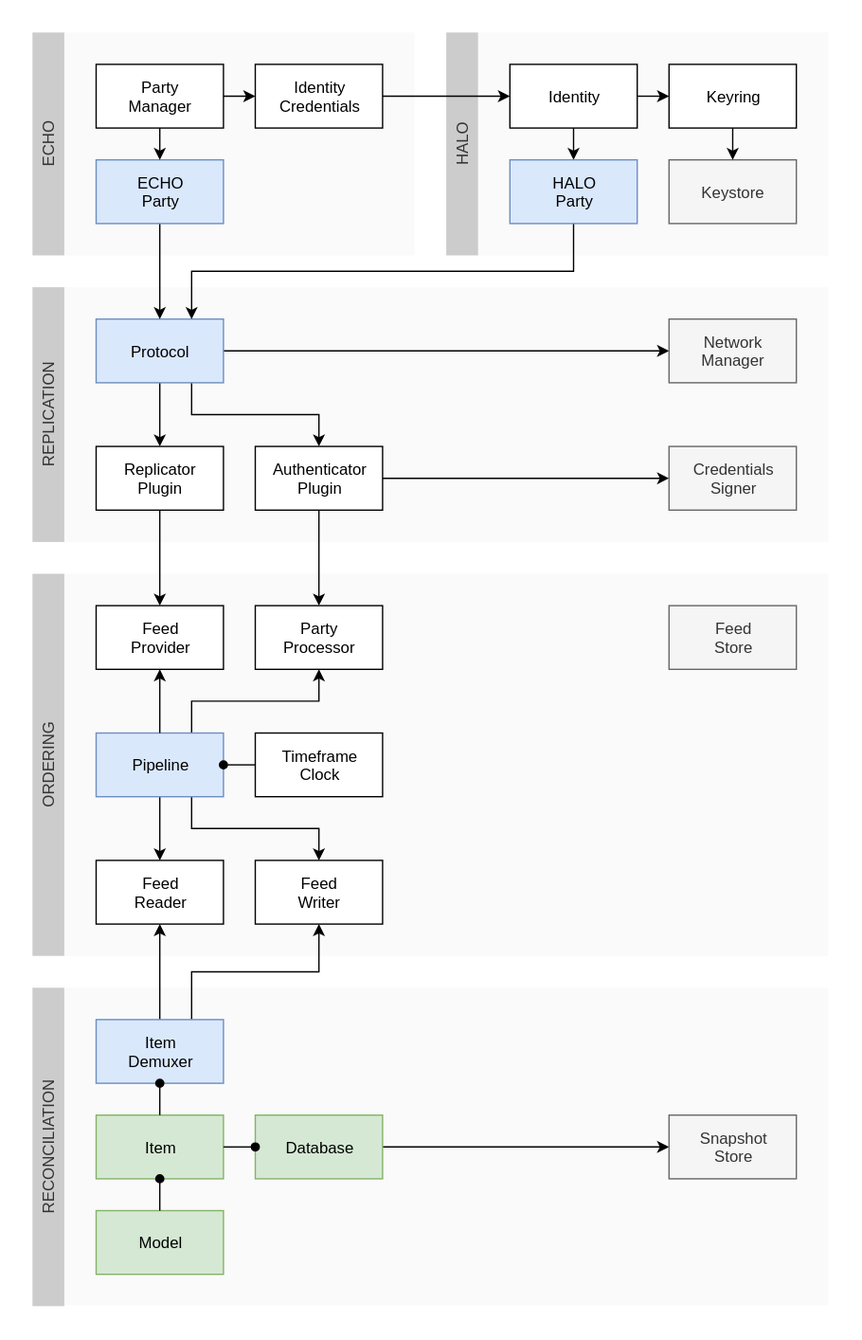
Earlier version of the draw.io export docs/design/diagrams/echo-pipeline.drawio.svg (dxos/dxos). Source tidied: cells renumbered, new cells last; positions are measured from the earlier drawing's top-left corner, leaving out a move shared by most shapes.
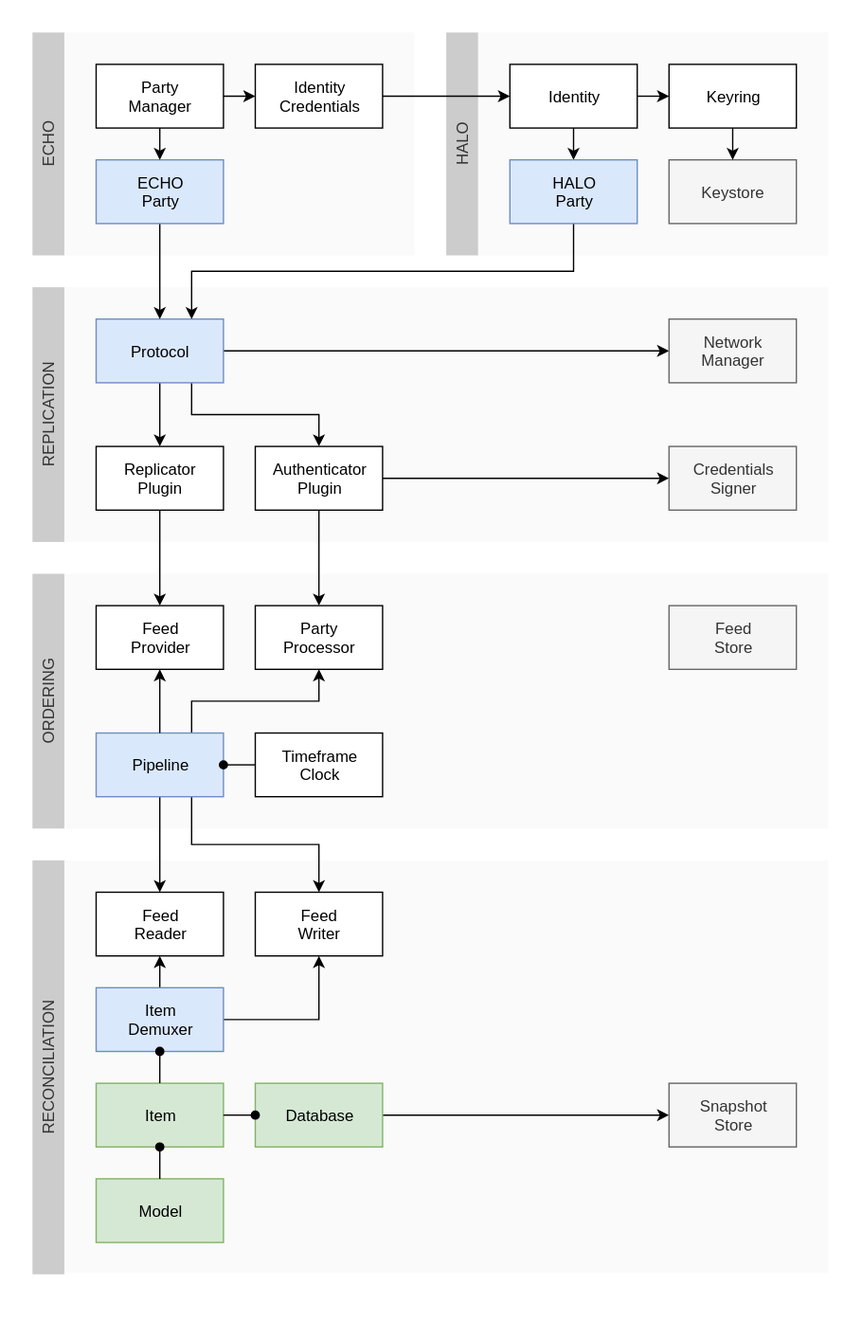
Above is the later version.

What changed in the source:
```diff
@@ -6,10 +6,10 @@
       <mxGeometry x="360" y="24" width="264" height="168" as="geometry" />
     </mxCell>
     <mxCell id="3" style="rounded=0;whiteSpace=wrap;html=1;fillColor=#f5f5f5;strokeColor=none;fontColor=#333333;strokeWidth=1;gradientColor=none;glass=0;shadow=0;comic=0;opacity=50;" parent="1" vertex="1">
-      <mxGeometry x="48" y="744" width="576" height="239" as="geometry" />
+      <mxGeometry x="48" y="648" width="576" height="311" as="geometry" />
     </mxCell>
     <mxCell id="4" style="rounded=0;whiteSpace=wrap;html=1;fillColor=#f5f5f5;strokeColor=none;fontColor=#333333;strokeWidth=1;gradientColor=none;glass=0;shadow=0;comic=0;opacity=50;" parent="1" vertex="1">
-      <mxGeometry x="48" y="432" width="576" height="288" as="geometry" />
+      <mxGeometry x="48" y="432" width="576" height="192" as="geometry" />
     </mxCell>
     <mxCell id="5" style="rounded=0;whiteSpace=wrap;html=1;fillColor=#f5f5f5;strokeColor=none;fontColor=#333333;strokeWidth=1;gradientColor=none;glass=0;shadow=0;comic=0;opacity=50;" parent="1" vertex="1">
       <mxGeometry x="48" y="216" width="576" height="192" as="geometry" />
@@ -23,8 +23,8 @@
     <mxCell id="8" style="edgeStyle=orthogonalEdgeStyle;rounded=0;jettySize=auto;html=1;exitX=0.75;exitY=1;exitDx=0;exitDy=0;entryX=0.5;entryY=0;entryDx=0;entryDy=0;startArrow=none;startFill=0;endArrow=classic;endFill=1;" parent="1" edge="1" source="10" target="40">
       <mxGeometry relative="1" as="geometry">
         <Array as="points">
-          <mxPoint x="144" y="624" />
-          <mxPoint x="240" y="624" />
+          <mxPoint x="144" y="636" />
+          <mxPoint x="240" y="636" />
         </Array>
       </mxGeometry>
     </mxCell>
@@ -42,16 +42,15 @@
     <mxCell id="11" style="edgeStyle=orthogonalEdgeStyle;rounded=0;jettySize=auto;html=1;exitX=0.5;exitY=0;exitDx=0;exitDy=0;entryX=0.5;entryY=1;entryDx=0;entryDy=0;startArrow=none;startFill=0;endArrow=classic;endFill=1;" parent="1" edge="1" source="13" target="39">
       <mxGeometry relative="1" as="geometry" />
     </mxCell>
-    <mxCell id="12" style="edgeStyle=orthogonalEdgeStyle;rounded=0;jettySize=auto;html=1;exitX=0.75;exitY=0;exitDx=0;exitDy=0;startArrow=none;startFill=0;endArrow=classic;endFill=1;" parent="1" edge="1" source="13" target="40">
+    <mxCell id="12" style="edgeStyle=orthogonalEdgeStyle;rounded=0;jettySize=auto;html=1;exitX=1;exitY=0.5;exitDx=0;exitDy=0;startArrow=none;startFill=0;endArrow=classic;endFill=1;" parent="1" edge="1" source="13" target="40">
       <mxGeometry relative="1" as="geometry">
         <Array as="points">
-          <mxPoint x="144" y="732" />
-          <mxPoint x="240" y="732" />
+          <mxPoint x="240" y="768" />
         </Array>
       </mxGeometry>
     </mxCell>
     <mxCell id="13" value="Item&lt;br&gt;Demuxer" style="rounded=0;whiteSpace=wrap;html=1;fillColor=#dae8fc;strokeColor=#6c8ebf;" parent="1" vertex="1">
-      <mxGeometry x="72" y="768" width="96" height="48" as="geometry" />
+      <mxGeometry x="72" y="744" width="96" height="48" as="geometry" />
     </mxCell>
     <mxCell id="14" style="edgeStyle=orthogonalEdgeStyle;rounded=0;jettySize=auto;html=1;exitX=0.5;exitY=1;exitDx=0;exitDy=0;entryX=0.5;entryY=0;entryDx=0;entryDy=0;" parent="1" edge="1" source="17" target="19">
       <mxGeometry relative="1" as="geometry" />
@@ -92,10 +91,10 @@
       <mxGeometry x="72" y="456" width="96" height="48" as="geometry" />
     </mxCell>
     <mxCell id="25" value="Item" style="rounded=0;whiteSpace=wrap;html=1;fillColor=#d5e8d4;strokeColor=#82b366;" parent="1" vertex="1">
-      <mxGeometry x="72" y="840" width="96" height="48" as="geometry" />
+      <mxGeometry x="72" y="816" width="96" height="48" as="geometry" />
     </mxCell>
     <mxCell id="26" value="Model" style="rounded=0;whiteSpace=wrap;html=1;fillColor=#d5e8d4;strokeColor=#82b366;" parent="1" vertex="1">
-      <mxGeometry x="72" y="912" width="96" height="48" as="geometry" />
+      <mxGeometry x="72" y="888" width="96" height="48" as="geometry" />
     </mxCell>
     <mxCell id="27" style="edgeStyle=orthogonalEdgeStyle;rounded=0;jettySize=auto;html=1;exitX=0.5;exitY=1;exitDx=0;exitDy=0;entryX=0.5;entryY=0;entryDx=0;entryDy=0;startArrow=oval;startFill=1;endArrow=none;endFill=0;" parent="1" edge="1" source="25" target="26">
       <mxGeometry relative="1" as="geometry" />
@@ -104,7 +103,7 @@
       <mxGeometry relative="1" as="geometry" />
     </mxCell>
     <mxCell id="29" value="Database" style="rounded=0;whiteSpace=wrap;html=1;fillColor=#d5e8d4;strokeColor=#82b366;" parent="1" vertex="1">
-      <mxGeometry x="192" y="840" width="96" height="48" as="geometry" />
+      <mxGeometry x="192" y="816" width="96" height="48" as="geometry" />
     </mxCell>
     <mxCell id="30" value="Network&lt;br&gt;Manager" style="rounded=0;whiteSpace=wrap;html=1;fillColor=#f5f5f5;strokeColor=#666666;fontColor=#333333;" parent="1" vertex="1">
       <mxGeometry x="504" y="240" width="96" height="48" as="geometry" />
@@ -113,7 +112,7 @@
       <mxGeometry x="504" y="456" width="96" height="48" as="geometry" />
     </mxCell>
     <mxCell id="32" value="Snapshot&lt;br&gt;Store" style="rounded=0;whiteSpace=wrap;html=1;fillColor=#f5f5f5;strokeColor=#666666;fontColor=#333333;" parent="1" vertex="1">
-      <mxGeometry x="504" y="840" width="96" height="48" as="geometry" />
+      <mxGeometry x="504" y="816" width="96" height="48" as="geometry" />
     </mxCell>
     <mxCell id="33" value="Keystore" style="rounded=0;whiteSpace=wrap;html=1;fillColor=#f5f5f5;strokeColor=#666666;fontColor=#333333;" parent="1" vertex="1">
       <mxGeometry x="504" y="120" width="96" height="48" as="geometry" />
@@ -125,19 +124,19 @@
       <mxGeometry relative="1" as="geometry" />
     </mxCell>
     <mxCell id="36" value="ORDERING" style="rounded=0;whiteSpace=wrap;html=1;strokeWidth=1;horizontal=0;fillColor=#CCCCCC;strokeColor=none;fontColor=#333333;" parent="1" vertex="1">
-      <mxGeometry x="24" y="432" width="24" height="288" as="geometry" />
+      <mxGeometry x="24" y="432" width="24" height="192" as="geometry" />
     </mxCell>
     <mxCell id="37" value="REPLICATION" style="rounded=0;whiteSpace=wrap;html=1;strokeWidth=1;horizontal=0;fillColor=#CCCCCC;strokeColor=none;fontColor=#333333;" parent="1" vertex="1">
       <mxGeometry x="24" y="216" width="24" height="192" as="geometry" />
     </mxCell>
     <mxCell id="38" value="RECONCILIATION" style="rounded=0;whiteSpace=wrap;html=1;strokeWidth=1;horizontal=0;strokeColor=none;fillColor=#CCCCCC;fontColor=#333333;" parent="1" vertex="1">
-      <mxGeometry x="24" y="744" width="24" height="240" as="geometry" />
+      <mxGeometry x="24" y="648" width="24" height="312" as="geometry" />
     </mxCell>
     <mxCell id="39" value="Feed&lt;br&gt;Reader" style="rounded=0;whiteSpace=wrap;html=1;" parent="1" vertex="1">
-      <mxGeometry x="72" y="648" width="96" height="48" as="geometry" />
+      <mxGeometry x="72" y="672" width="96" height="48" as="geometry" />
     </mxCell>
     <mxCell id="40" value="Feed&lt;br&gt;Writer" style="rounded=0;whiteSpace=wrap;html=1;" parent="1" vertex="1">
-      <mxGeometry x="192" y="648" width="96" height="48" as="geometry" />
+      <mxGeometry x="192" y="672" width="96" height="48" as="geometry" />
     </mxCell>
     <mxCell id="41" style="edgeStyle=orthogonalEdgeStyle;rounded=0;jettySize=auto;html=1;exitX=1;exitY=0.5;exitDx=0;exitDy=0;entryX=0;entryY=0.5;entryDx=0;entryDy=0;startArrow=oval;startFill=1;endArrow=none;endFill=0;" parent="1" edge="1" source="10" target="34">
       <mxGeometry relative="1" as="geometry" />
```
